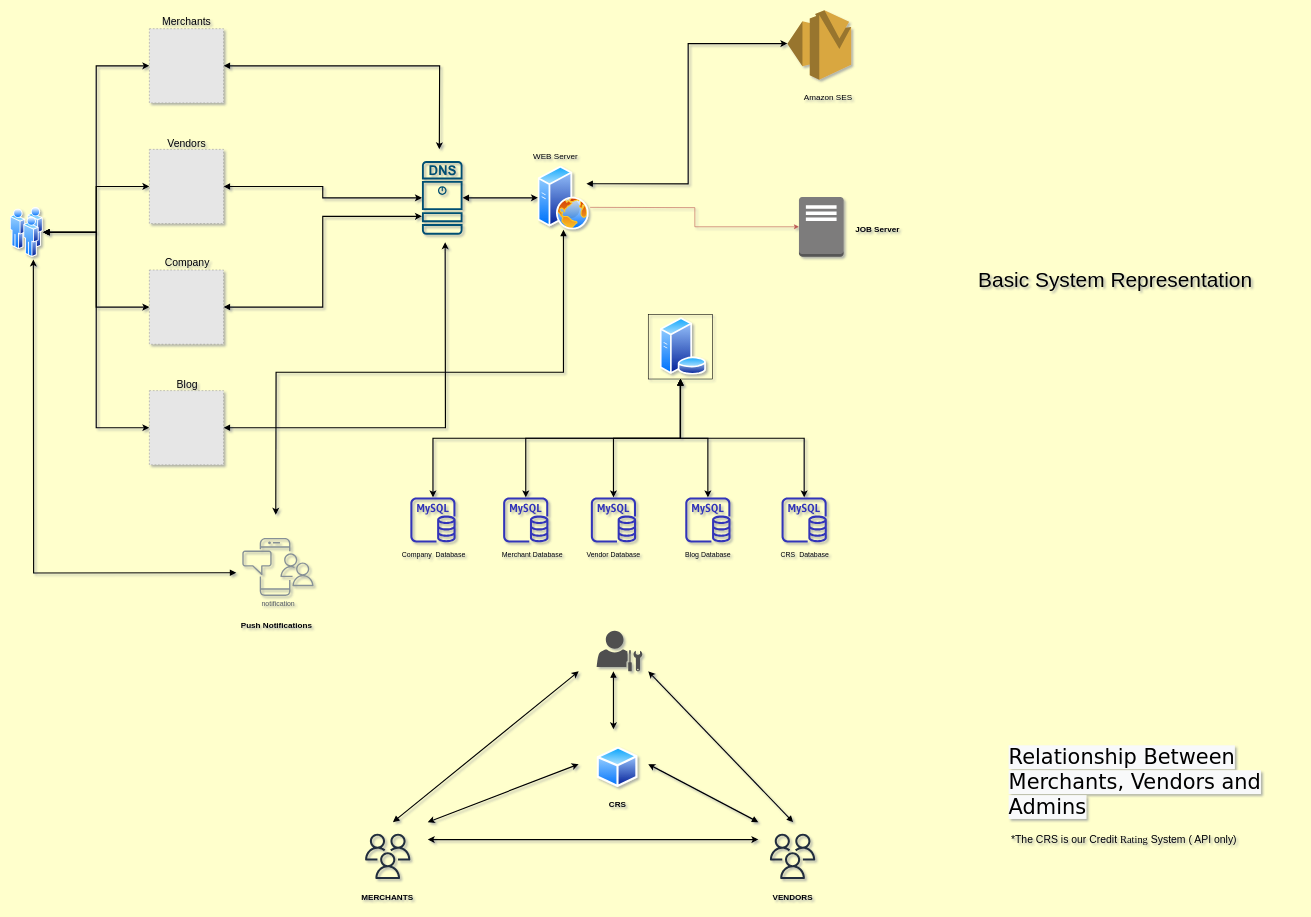
Pennee-Co/architecture keeps this draw.io diagram as page "Page-1" (1 of 2) of Untitled Diagram.drawio. Above is the earlier version. Source tidied: cells renumbered, new cells numbered last; positions are measured from the earlier drawing's top-left corner, leaving out a move shared by most shapes. Both pictures are drawn from the tidied source at 58%, with x=0, y=0 at pixel (10, 10). Pictures stored in the file or linked from it are replaced by grey dashed boxes.
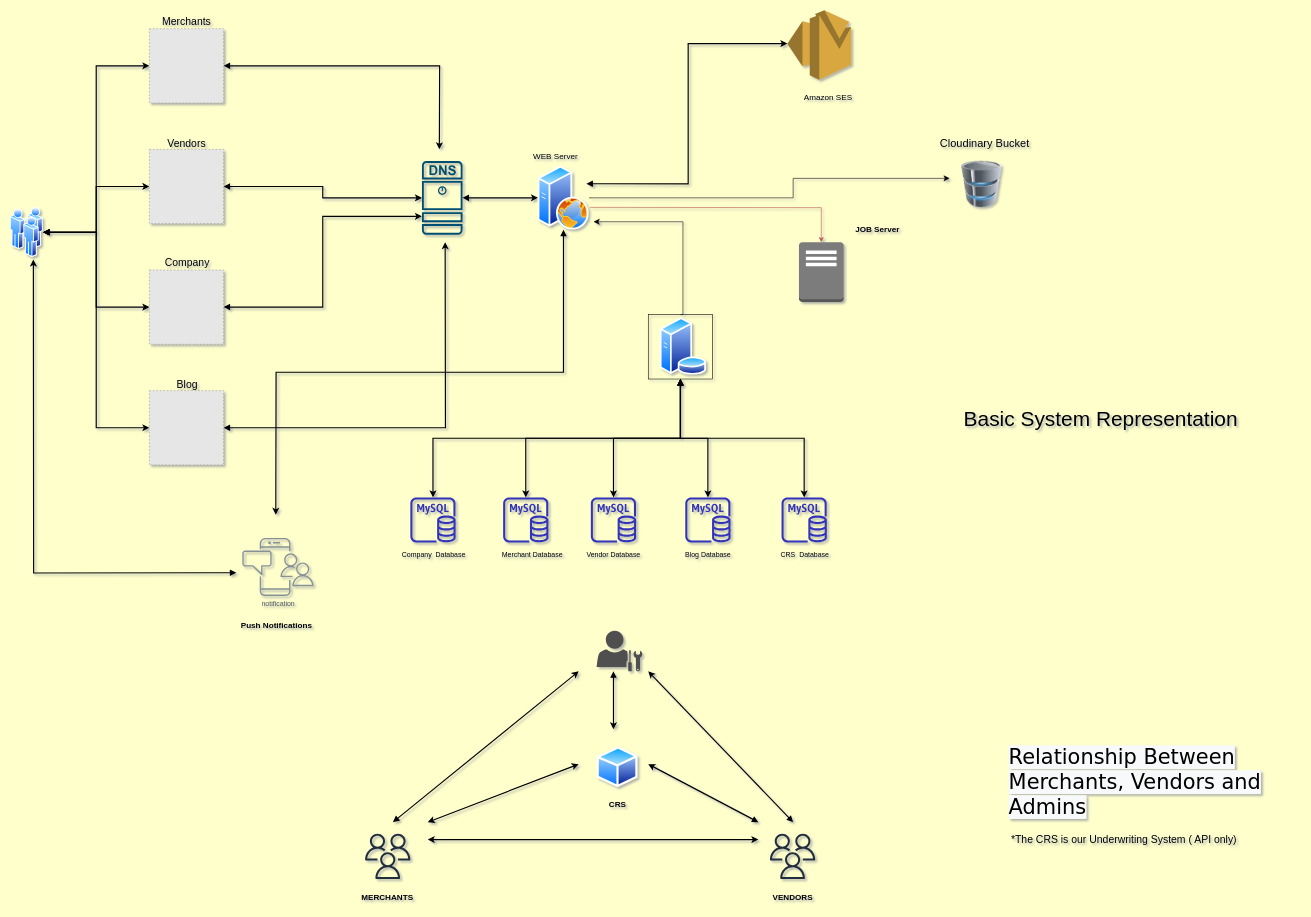
Above is the later version.

Unchanged cells that the change refers to:
```xml
<mxCell id="36" style="perimeter=ellipsePerimeter;html=1;align=center;shadow=0;dashed=0;spacingTop=3;image;image=img/lib/active_directory/web_server.svg;" parent="1" vertex="1">
  <mxGeometry x="910" y="268.6" width="88" height="110" as="geometry" />
</mxCell>
<mxCell id="58" style="whiteSpace=wrap;html=1;fillColor=none;" parent="1" vertex="1">
  <mxGeometry x="1100.2" y="525" width="111" height="111" as="geometry" />
</mxCell>
```

The edit, as a diff of the source:
```diff
@@
     <mxCell id="5" value="&lt;font style=&quot;font-size: 36px&quot;&gt;Basic System Representation&lt;/font&gt;" style="text;html=1;align=center;verticalAlign=middle;" parent="1" vertex="1">
-      <mxGeometry x="1660" y="450" width="490" height="30" as="geometry" />
+      <mxGeometry x="1635" y="690" width="490" height="30" as="geometry" />
     </mxCell>
@@
-    <mxCell id="13" value="&lt;font style=&quot;font-size: 18px&quot;&gt;*The CRS is our Credit &lt;font face=&quot;Times New Roman&quot;&gt;Rating&lt;/font&gt; System ( API only)&lt;/font&gt;" style="text;html=1;align=center;verticalAlign=middle;" parent="1" vertex="1">
-      <mxGeometry x="1720" y="1420" width="400" height="20" as="geometry" />
+    <mxCell id="13" value="&lt;font style=&quot;font-size: 18px&quot;&gt;*The CRS is our Underwriting&amp;nbsp;System ( API only)&lt;/font&gt;" style="text;html=1;align=center;verticalAlign=middle;" parent="1" vertex="1">
+      <mxGeometry x="1715" y="1410" width="410" height="40" as="geometry" />
     </mxCell>
@@
     <mxCell id="38" style="outlineConnect=0;dashed=0;verticalLabelPosition=bottom;verticalAlign=top;align=center;html=1;shape=mxgraph.aws3.traditional_server;fillColor=#7D7C7C;gradientColor=none;" parent="1" vertex="1">
-      <mxGeometry x="1360" y="322" width="77" height="103" as="geometry" />
+      <mxGeometry x="1360" y="400" width="77" height="103" as="geometry" />
     </mxCell>
@@
+    <mxCell id="67" style="edgeStyle=elbowEdgeStyle;elbow=horizontal;endArrow=classic;html=1;curved=0;rounded=0;endSize=8;startSize=8;exitX=0.5;exitY=0;exitDx=0;exitDy=0;entryX=1.088;entryY=0.875;entryDx=0;entryDy=0;entryPerimeter=0;" parent="1" edge="1" source="58" target="36">
+      <mxGeometry relative="1" as="geometry">
+        <Array as="points">
+          <mxPoint x="1160" y="480" />
+        </Array>
+      </mxGeometry>
+    </mxCell>
+    <mxCell id="68" style="edgeStyle=elbowEdgeStyle;elbow=horizontal;endArrow=classic;html=1;curved=0;rounded=0;endSize=8;startSize=8;exitX=1;exitY=0.5;exitDx=0;exitDy=0;" parent="1" edge="1" source="36">
+      <mxGeometry relative="1" as="geometry">
+        <mxPoint x="1620" y="290" as="targetPoint" />
+        <Array as="points">
+          <mxPoint x="1350" y="280" />
+        </Array>
+      </mxGeometry>
+    </mxCell>
+    <mxCell id="69" style="image;html=1;image=img/lib/clip_art/computers/Database_128x128.png;" parent="1" vertex="1">
+      <mxGeometry x="1635" y="260" width="80" height="80" as="geometry" />
+    </mxCell>
+    <mxCell id="70" value="Cloudinary Bucket" style="text;html=1;align=center;verticalAlign=middle;fontSize=19;" parent="1" vertex="1">
+      <mxGeometry x="1590" y="210" width="180" height="40" as="geometry" />
+    </mxCell>
```
